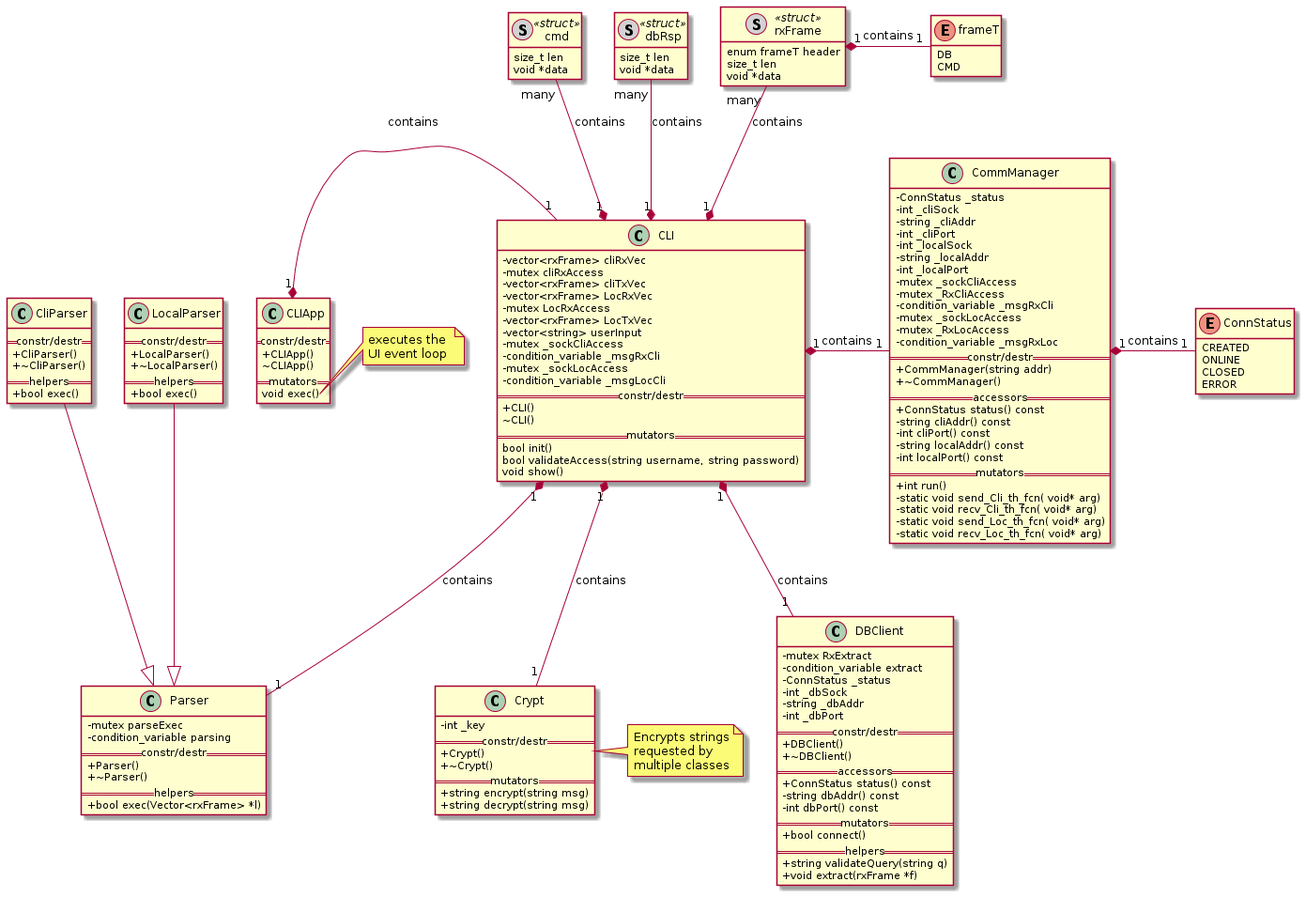
This is Proj/diags/plantuml/class-diag/output/class-diag-rs-hugo.png from ElectroQuanta/MDO, a PlantUML export, as it was before one commit.
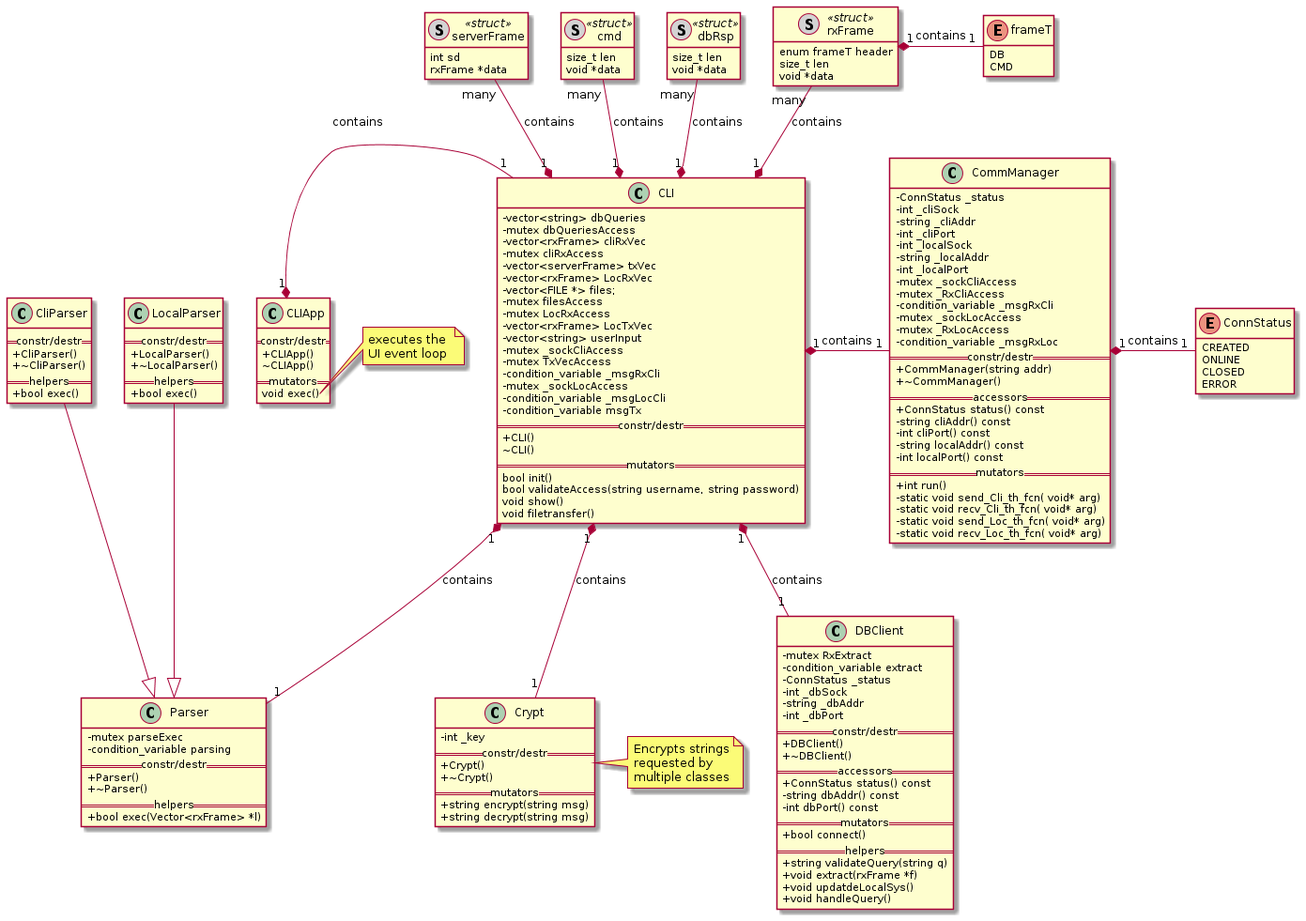
After the change.

The edit, as a diff of the source:
```diff
@@ -14,6 +14,10 @@
 class cmd <<(S,lightgrey)struct>>{
 size_t len
 void *data
+}
+class serverFrame <<(S,lightgrey)struct>>{
+int sd
+rxFrame *data
 }
 
 enum ConnStatus{
@@ -41,17 +45,23 @@
     UI event loop
     end note
 class CLI{
+  - vector<string> dbQueries
+  - mutex dbQueriesAccess
   - vector<rxFrame> cliRxVec
   - mutex cliRxAccess
-  - vector<rxFrame> cliTxVec
+  - vector<serverFrame> txVec
   - vector<rxFrame> LocRxVec
+  - vector<FILE *> files;
+  - mutex filesAccess
   - mutex LocRxAccess
   - vector<rxFrame> LocTxVec
   - vector<string> userInput
   - mutex _sockCliAccess
+  - mutex TxVecAccess
   - condition_variable _msgRxCli
   - mutex _sockLocAccess
   - condition_variable _msgLocCli
+  - condition_variable msgTx
   == constr/destr ==
   +CLI()
   ~CLI()
@@ -59,6 +69,7 @@
   bool init()
   bool validateAccess(string username, string password)
   void show()
+  void filetransfer()
 }
 
 
@@ -125,6 +136,8 @@
   == helpers ==
   + string validateQuery(string q)
   + void extract(rxFrame *f)
+  + void updatdeLocalSys()
+  + void handleQuery()
 }
 class Parser{
   -mutex parseExec
@@ -165,6 +178,7 @@
 CLI "1" *-u- "many" rxFrame: contains
 CLI "1" *-u- "many" dbRsp: contains
 CLI "1" *-u- "many" cmd: contains
+CLI "1" *-u- "many" serverFrame: contains
 CliParser --|> Parser
 LocalParser --|> Parser
 
```
